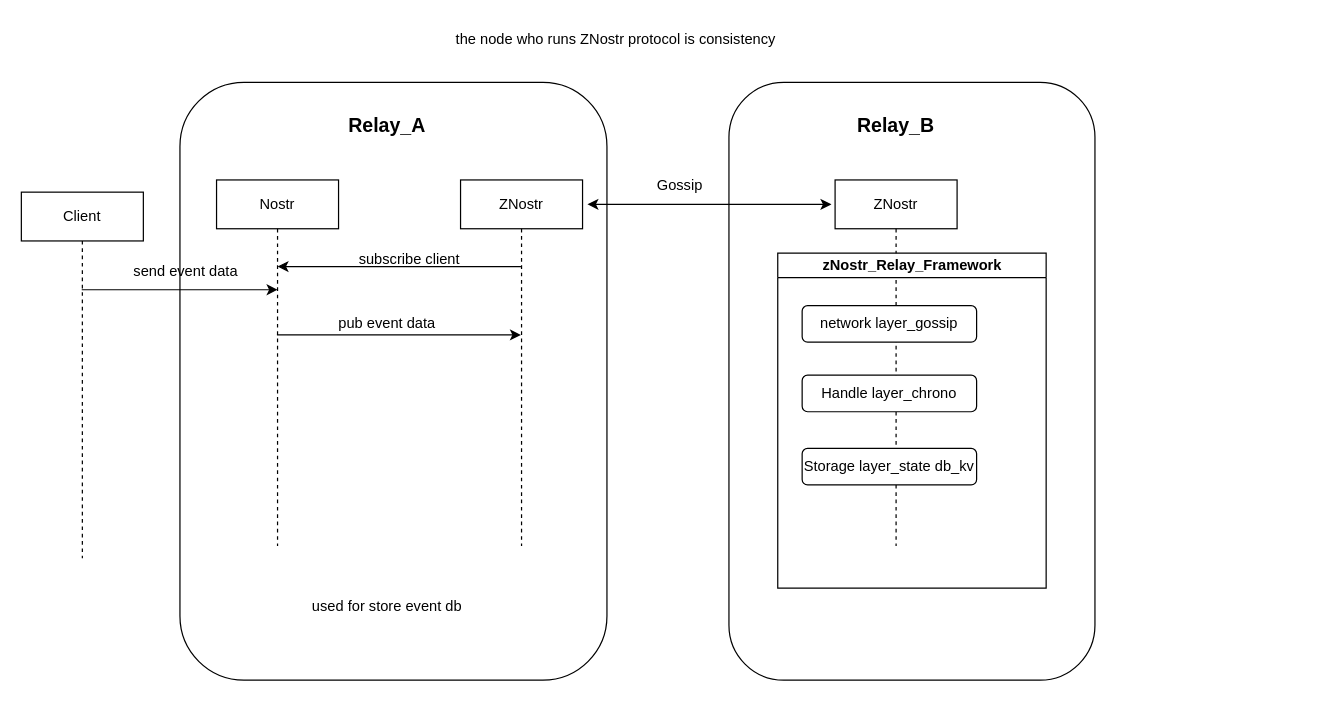
Before: 未命名绘图.drawio in sglk123/lingkangsg, a draw.io diagram. Source tidied: cells renumbered, new cells numbered last; positions are measured from the earlier drawing's top-left corner, leaving out a move shared by most shapes. Both pictures are drawn from the tidied source at 122%, with x=0, y=0 at pixel (21, 21).
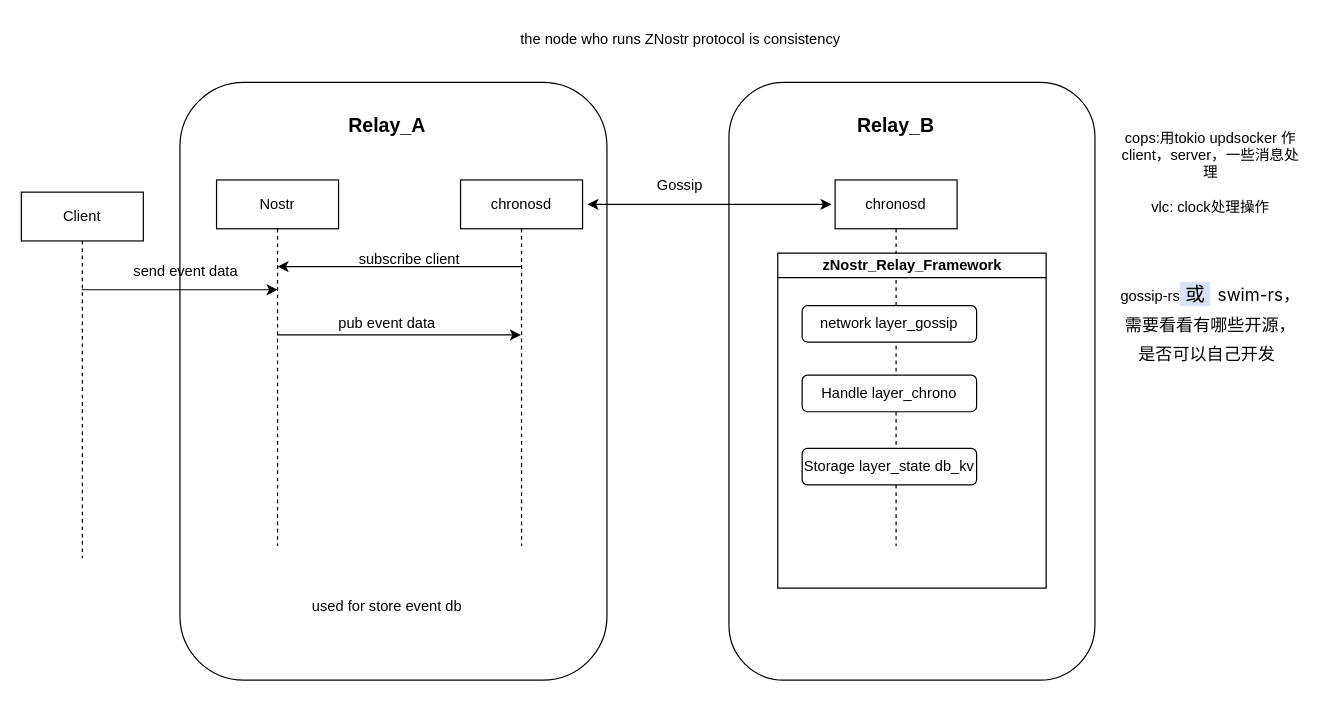
The same page after the edit.

Commit message:
更新未命名绘图.drawio

The edit, as a diff of the source:
```diff
@@
-    <mxCell id="7" value="ZNostr" style="shape=umlLifeline;perimeter=lifelinePerimeter;whiteSpace=wrap;html=1;newEdgeStyle={&quot;curved&quot;:0,&quot;rounded&quot;:0};" parent="1" vertex="1">
+    <mxCell id="7" value="chronosd" style="shape=umlLifeline;perimeter=lifelinePerimeter;whiteSpace=wrap;html=1;newEdgeStyle={&quot;curved&quot;:0,&quot;rounded&quot;:0};" parent="1" vertex="1">
       <mxGeometry x="360" y="130" width="100" height="300" as="geometry" />
     </mxCell>
@@
-    <mxCell id="15" value="ZNostr" style="shape=umlLifeline;perimeter=lifelinePerimeter;whiteSpace=wrap;html=1;newEdgeStyle={&quot;curved&quot;:0,&quot;rounded&quot;:0};" parent="1" vertex="1">
+    <mxCell id="15" value="chronosd" style="shape=umlLifeline;perimeter=lifelinePerimeter;whiteSpace=wrap;html=1;newEdgeStyle={&quot;curved&quot;:0,&quot;rounded&quot;:0};" parent="1" vertex="1">
       <mxGeometry x="667" y="130" width="100" height="300" as="geometry" />
     </mxCell>
@@
     <mxCell id="23" value="the node who runs ZNostr protocol is consistency" style="text;html=1;strokeColor=none;fillColor=none;align=center;verticalAlign=middle;whiteSpace=wrap;rounded=0;" parent="1" vertex="1">
-      <mxGeometry x="330" width="315" height="30" as="geometry" />
+      <mxGeometry x="382.5" width="315" height="30" as="geometry" />
     </mxCell>
+    <mxCell id="24" value="cops:用tokio updsocker 作client，server，一些消息处理&lt;br&gt;&lt;br&gt;vlc: clock处理操作" style="text;html=1;strokeColor=none;fillColor=none;align=center;verticalAlign=middle;whiteSpace=wrap;rounded=0;" parent="1" vertex="1">
+      <mxGeometry x="900" y="67" width="150" height="113" as="geometry" />
+    </mxCell>
+    <mxCell id="25" value="gossip-rs&lt;span style=&quot;font-family: Inter, ui-sans-serif, system-ui, -apple-system, BlinkMacSystemFont, &amp;quot;Segoe UI&amp;quot;, Roboto, &amp;quot;Helvetica Neue&amp;quot;, Arial, &amp;quot;Noto Sans&amp;quot;, sans-serif, &amp;quot;Apple Color Emoji&amp;quot;, &amp;quot;Segoe UI Emoji&amp;quot;, &amp;quot;Segoe UI Symbol&amp;quot;, &amp;quot;Noto Color Emoji&amp;quot;; font-size: 16px; text-align: start; background-color: rgb(218, 226, 248);&quot;&gt;&amp;nbsp;或&amp;nbsp;&lt;/span&gt;&lt;span style=&quot;box-sizing: border-box; border: 0px solid rgb(229, 231, 235); --tw-border-spacing-x: 0; --tw-border-spacing-y: 0; --tw-translate-x: 0; --tw-translate-y: 0; --tw-rotate: 0; --tw-skew-x: 0; --tw-skew-y: 0; --tw-scale-x: 1; --tw-scale-y: 1; --tw-pan-x: ; --tw-pan-y: ; --tw-pinch-zoom: ; --tw-scroll-snap-strictness: proximity; --tw-gradient-from-position: ; --tw-gradient-via-position: ; --tw-gradient-to-position: ; --tw-ordinal: ; --tw-slashed-zero: ; --tw-numeric-figure: ; --tw-numeric-spacing: ; --tw-numeric-fraction: ; --tw-ring-inset: ; --tw-ring-offset-width: 0px; --tw-ring-offset-color: #fff; --tw-ring-color: rgba(59,130,246,.5); --tw-ring-offset-shadow: 0 0 #0000; --tw-ring-shadow: 0 0 #0000; --tw-shadow: 0 0 #0000; --tw-shadow-colored: 0 0 #0000; --tw-blur: ; --tw-brightness: ; --tw-contrast: ; --tw-grayscale: ; --tw-hue-rotate: ; --tw-invert: ; --tw-saturate: ; --tw-sepia: ; --tw-drop-shadow: ; --tw-backdrop-blur: ; --tw-backdrop-brightness: ; --tw-backdrop-contrast: ; --tw-backdrop-grayscale: ; --tw-backdrop-hue-rotate: ; --tw-backdrop-invert: ; --tw-backdrop-opacity: ; --tw-backdrop-saturate: ; --tw-backdrop-sepia: ; border-radius: 0.25rem; background-color: var(--primary-500); padding: 2px 6px; font-size: 0.875rem; line-height: 1.5rem; --tw-text-opacity: 1; font-family: Inter, ui-sans-serif, system-ui, -apple-system, BlinkMacSystemFont, &amp;quot;Segoe UI&amp;quot;, Roboto, &amp;quot;Helvetica Neue&amp;quot;, Arial, &amp;quot;Noto Sans&amp;quot;, sans-serif, &amp;quot;Apple Color Emoji&amp;quot;, &amp;quot;Segoe UI Emoji&amp;quot;, &amp;quot;Segoe UI Symbol&amp;quot;, &amp;quot;Noto Color Emoji&amp;quot;; text-align: start;&quot; class=&quot;text-white dark:text-primary-0 bg-primary-500 dark:bg-[#29282c] px-[6px] py-[2px] text-sm rounded&quot;&gt;swim-rs，需要看看有哪些开源，是否可以自己开发&lt;/span&gt;" style="text;html=1;strokeColor=none;fillColor=none;align=center;verticalAlign=middle;whiteSpace=wrap;rounded=0;" parent="1" vertex="1">
+      <mxGeometry x="900" y="233" width="150" height="30" as="geometry" />
+    </mxCell>
```
